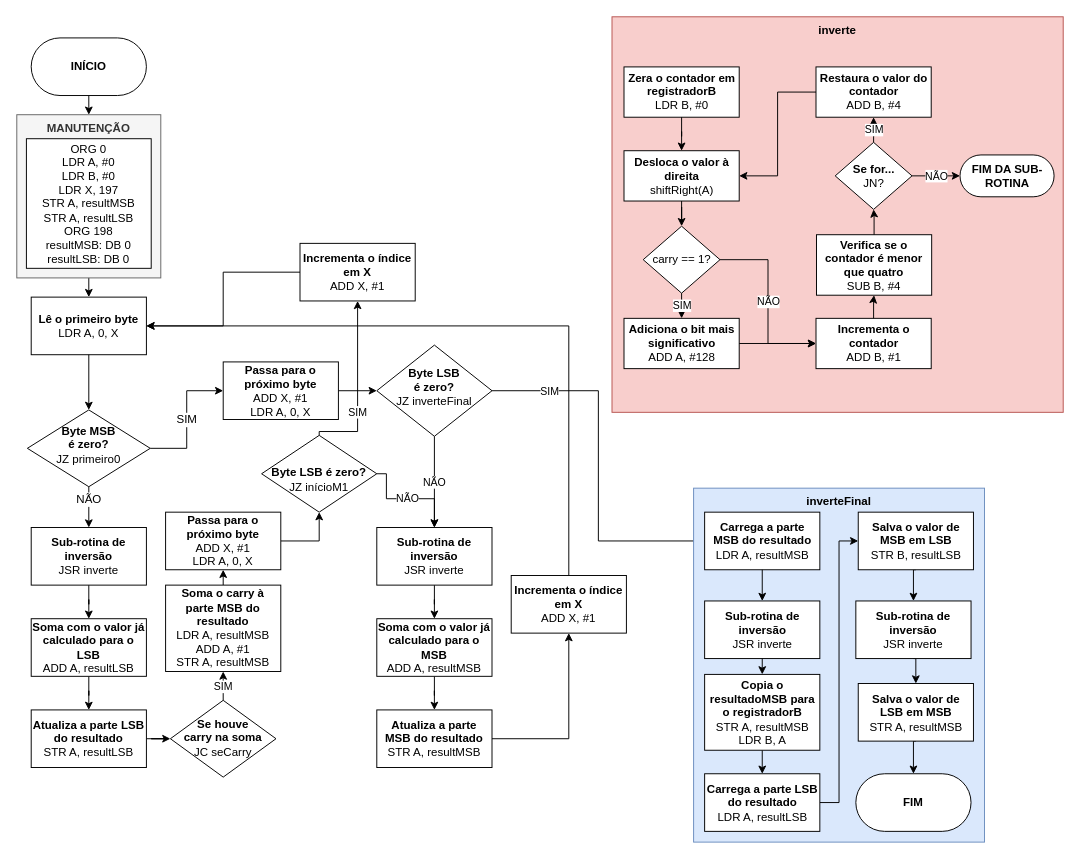
The draw.io diagram page "FluxogramaRad" (1 of 2) of Fluxogramas/FluxogramaTrabalhoRamses_19_1.drawio in gabrielluizcm/TrabalhoRamses_19_1, before the edit. Source tidied: cells renumbered, new cells numbered last; positions are measured from the earlier drawing's top-left corner, leaving out a move shared by most shapes. Both pictures are drawn from the tidied source at 96%, with x=0, y=0 at pixel (16, 16).
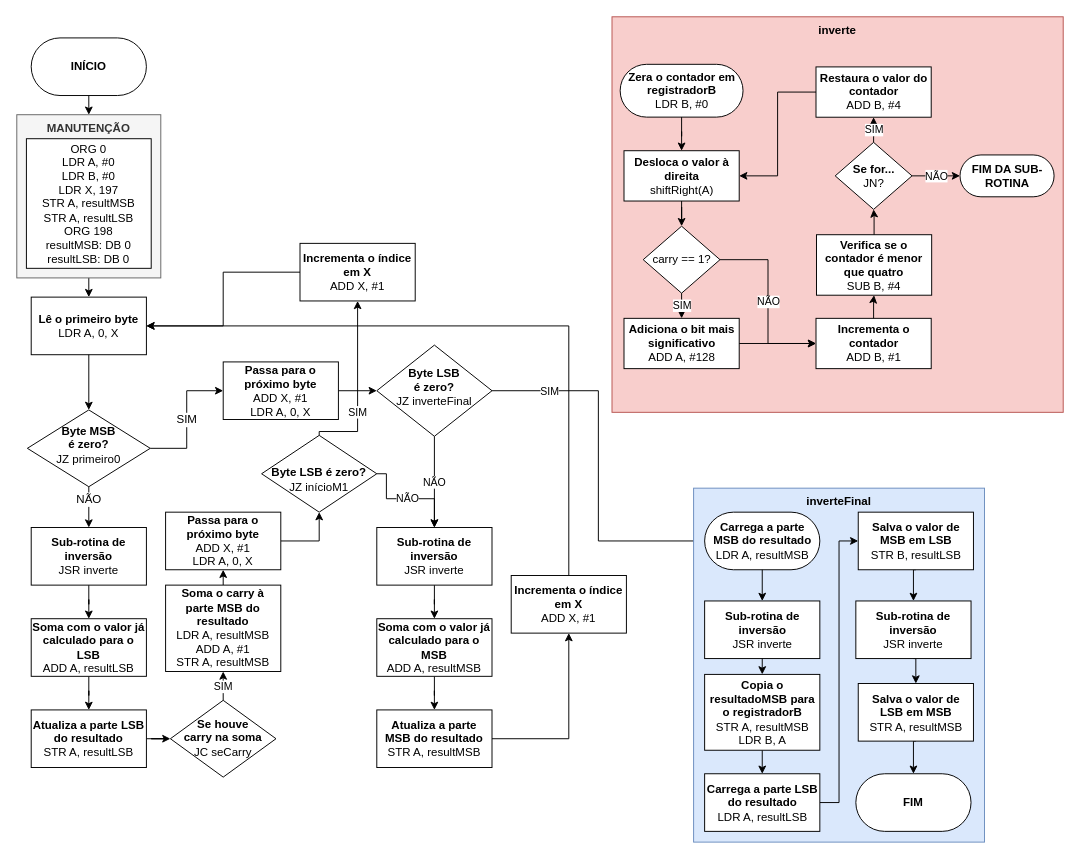
Above is the later version.

The change refers to these unchanged cells:
```xml
<mxCell id="35" value="inverte" style="group;fillColor=#f8cecc;strokeColor=#b85450;strokeWidth=1;perimeterSpacing=1;labelBackgroundColor=none;fontStyle=1;" parent="1" vertex="1">
  <mxGeometry x="620" width="470" height="412" as="geometry" />
</mxCell>
<mxCell id="55" value="inverteFinal" style="group;fillColor=#dae8fc;strokeColor=#6c8ebf;fontStyle=1;" parent="1" vertex="1">
  <mxGeometry x="705" y="491" width="303" height="368.7" as="geometry" />
</mxCell>
```

Diff of the diagram source:
```diff
@@
-    <mxCell id="36" value="&lt;b&gt;Zera o contador em registradorB&lt;br&gt;&lt;/b&gt;LDR B, #0" style="rounded=0;whiteSpace=wrap;html=1;" parent="35" vertex="1">
-      <mxGeometry x="12.5" y="52.2" width="120" height="52.4" as="geometry" />
+    <mxCell id="36" value="&lt;b&gt;Zera o contador em registradorB&lt;br&gt;&lt;/b&gt;LDR B, #0" style="rounded=1;whiteSpace=wrap;html=1;arcSize=50;" parent="35" vertex="1">
+      <mxGeometry x="8.5" y="49.5" width="128" height="55" as="geometry" />
     </mxCell>
@@
-    <mxCell id="56" value="&lt;b&gt;Carrega a parte MSB do resultado&lt;/b&gt;&lt;br&gt;LDR A, resultMSB&lt;br&gt;" style="rounded=0;whiteSpace=wrap;html=1;" parent="55" vertex="1">
+    <mxCell id="56" value="&lt;b&gt;Carrega a parte MSB do resultado&lt;/b&gt;&lt;br&gt;LDR A, resultMSB&lt;br&gt;" style="rounded=1;whiteSpace=wrap;html=1;arcSize=50;" parent="55" vertex="1">
       <mxGeometry x="11.5" y="25" width="120" height="60" as="geometry" />
     </mxCell>
```
